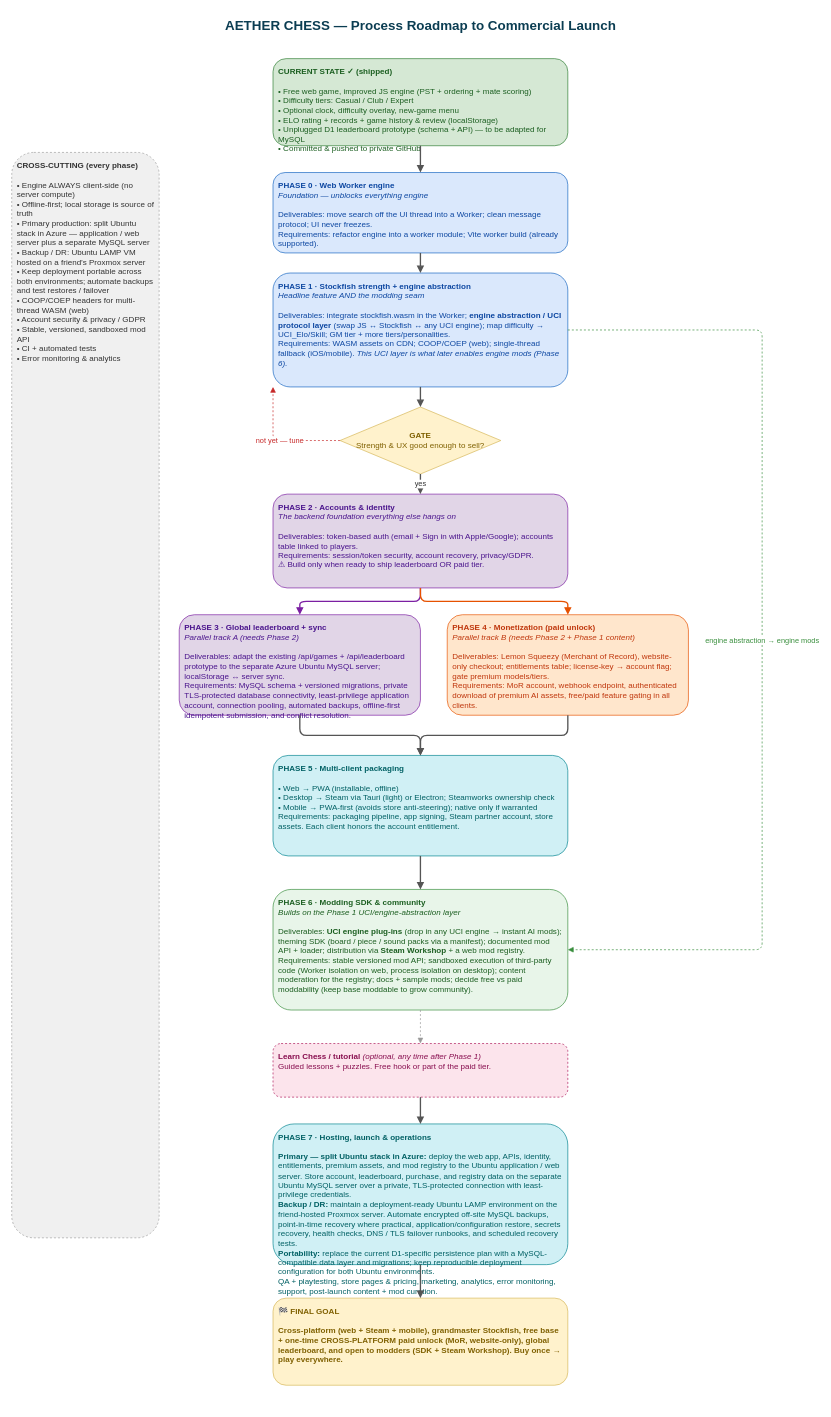
JELollis/Chess keeps this draw.io diagram as docs/roadmap.drawio. Above is the earlier version. Source tidied: cells renumbered, new cells numbered last; positions are measured from the earlier drawing's top-left corner, leaving out a move shared by most shapes. Both pictures are drawn from the tidied source at 67%, with x=0, y=0 at pixel (11, 11).
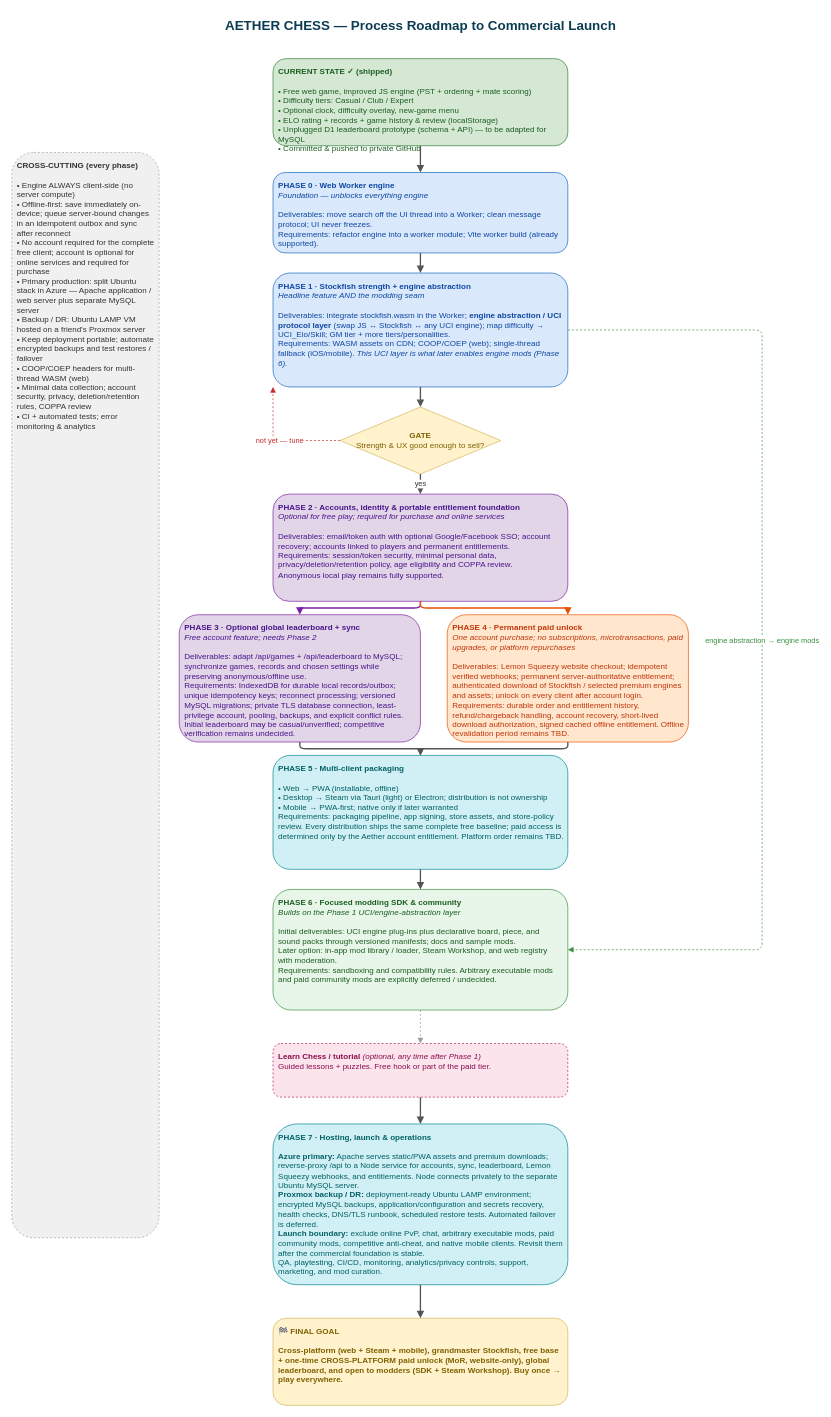
The same page after the edit.

Commit message:
Update roadmap: accounts, sync, monetization

What changed in the source:
```diff
@@
-    <mxCell id="3" value="&lt;b&gt;CROSS-CUTTING (every phase)&lt;/b&gt;&lt;br&gt;&lt;br&gt;• Engine ALWAYS client-side (no server compute)&lt;br&gt;• Offline-first; local storage is source of truth&lt;br&gt;• Primary production: split Ubuntu stack in Azure — application / web server plus a separate MySQL server&lt;br&gt;• Backup / DR: Ubuntu LAMP VM hosted on a friend’s Proxmox server&lt;br&gt;• Keep deployment portable across both environments; automate backups and test restores / failover&lt;br&gt;• COOP/COEP headers for multi-thread WASM (web)&lt;br&gt;• Account security &amp; privacy / GDPR&lt;br&gt;• Stable, versioned, sandboxed mod API&lt;br&gt;• CI + automated tests&lt;br&gt;• Error monitoring &amp; analytics" style="rounded=1;whiteSpace=wrap;html=1;align=left;verticalAlign=top;spacing=8;fillColor=#F0F0F0;strokeColor=#9E9E9E;fontColor=#333333;dashed=1;" parent="1" vertex="1">
+    <mxCell id="3" value="&lt;b&gt;CROSS-CUTTING (every phase)&lt;/b&gt;&lt;br&gt;&lt;br&gt;• Engine ALWAYS client-side (no server compute)&lt;br&gt;• Offline-first: save immediately on-device; queue server-bound changes in an idempotent outbox and sync after reconnect&lt;br&gt;• No account required for the complete free client; account is optional for online services and required for purchase&lt;br&gt;• Primary production: split Ubuntu stack in Azure — Apache application / web server plus separate MySQL server&lt;br&gt;• Backup / DR: Ubuntu LAMP VM hosted on a friend’s Proxmox server&lt;br&gt;• Keep deployment portable; automate encrypted backups and test restores / failover&lt;br&gt;• COOP/COEP headers for multi-thread WASM (web)&lt;br&gt;• Minimal data collection; account security, privacy, deletion/retention rules, COPPA review&lt;br&gt;• CI + automated tests; error monitoring &amp; analytics" style="rounded=1;whiteSpace=wrap;html=1;align=left;verticalAlign=top;spacing=8;fillColor=#F0F0F0;strokeColor=#9E9E9E;fontColor=#333333;dashed=1;" parent="1" vertex="1">
       <mxGeometry y="210" width="220" height="1620" as="geometry" />
     </mxCell>
@@
-    <mxCell id="8" value="&lt;b&gt;PHASE 2 · Accounts &amp; identity&lt;/b&gt;&lt;br&gt;&lt;i&gt;The backend foundation everything else hangs on&lt;/i&gt;&lt;br&gt;&lt;br&gt;Deliverables: token-based auth (email + Sign in with Apple/Google); accounts table linked to players.&lt;br&gt;Requirements: session/token security, account recovery, privacy/GDPR.&lt;br&gt;⚠ Build only when ready to ship leaderboard OR paid tier." style="rounded=1;whiteSpace=wrap;html=1;align=left;verticalAlign=top;spacing=8;fillColor=#E1D5E7;strokeColor=#7B1FA2;fontColor=#4A148C;" parent="1" vertex="1">
-      <mxGeometry x="390" y="720" width="440" height="140" as="geometry" />
+    <mxCell id="8" value="&lt;b&gt;PHASE 2 · Accounts, identity &amp; portable entitlement foundation&lt;/b&gt;&lt;br&gt;&lt;i&gt;Optional for free play; required for purchase and online services&lt;/i&gt;&lt;br&gt;&lt;br&gt;Deliverables: email/token auth with optional Google/Facebook SSO; account recovery; accounts linked to players and permanent entitlements.&lt;br&gt;Requirements: session/token security, minimal personal data, privacy/deletion/retention policy, age eligibility and COPPA review.&lt;br&gt;Anonymous local play remains fully supported." style="rounded=1;whiteSpace=wrap;html=1;align=left;verticalAlign=top;spacing=8;fillColor=#E1D5E7;strokeColor=#7B1FA2;fontColor=#4A148C;" parent="1" vertex="1">
+      <mxGeometry x="390" y="720" width="440" height="160" as="geometry" />
     </mxCell>
-    <mxCell id="9" value="&lt;b&gt;PHASE 3 · Global leaderboard + sync&lt;/b&gt;&lt;br&gt;&lt;i&gt;Parallel track A (needs Phase 2)&lt;/i&gt;&lt;br&gt;&lt;br&gt;Deliverables: adapt the existing /api/games + /api/leaderboard prototype to the separate Azure Ubuntu MySQL server; localStorage ↔ server sync.&lt;br&gt;Requirements: MySQL schema + versioned migrations, private TLS-protected database connectivity, least-privilege application account, connection pooling, automated backups, offline-first idempotent submission, and conflict resolution." style="rounded=1;whiteSpace=wrap;html=1;align=left;verticalAlign=top;spacing=8;fillColor=#E1D5E7;strokeColor=#7B1FA2;fontColor=#4A148C;" parent="1" vertex="1">
-      <mxGeometry x="250" y="900" width="360" height="150" as="geometry" />
+    <mxCell id="9" value="&lt;b&gt;PHASE 3 · Optional global leaderboard + sync&lt;/b&gt;&lt;br&gt;&lt;i&gt;Free account feature; needs Phase 2&lt;/i&gt;&lt;br&gt;&lt;br&gt;Deliverables: adapt /api/games + /api/leaderboard to MySQL; synchronize games, records and chosen settings while preserving anonymous/offline use.&lt;br&gt;Requirements: IndexedDB for durable local records/outbox; unique idempotency keys; reconnect processing; versioned MySQL migrations; private TLS database connection, least-privilege account, pooling, backups, and explicit conflict rules.&lt;br&gt;Initial leaderboard may be casual/unverified; competitive verification remains undecided." style="rounded=1;whiteSpace=wrap;html=1;align=left;verticalAlign=top;spacing=8;fillColor=#E1D5E7;strokeColor=#7B1FA2;fontColor=#4A148C;" parent="1" vertex="1">
+      <mxGeometry x="250" y="900" width="360" height="190" as="geometry" />
     </mxCell>
-    <mxCell id="10" value="&lt;b&gt;PHASE 4 · Monetization (paid unlock)&lt;/b&gt;&lt;br&gt;&lt;i&gt;Parallel track B (needs Phase 2 + Phase 1 content)&lt;/i&gt;&lt;br&gt;&lt;br&gt;Deliverables: Lemon Squeezy (Merchant of Record), website-only checkout; entitlements table; license-key → account flag; gate premium models/tiers.&lt;br&gt;Requirements: MoR account, webhook endpoint, authenticated download of premium AI assets, free/paid feature gating in all clients." style="rounded=1;whiteSpace=wrap;html=1;align=left;verticalAlign=top;spacing=8;fillColor=#FFE6CC;strokeColor=#E65100;fontColor=#BF360C;" parent="1" vertex="1">
-      <mxGeometry x="650" y="900" width="360" height="150" as="geometry" />
+    <mxCell id="10" value="&lt;b&gt;PHASE 4 · Permanent paid unlock&lt;/b&gt;&lt;br&gt;&lt;i&gt;One account purchase; no subscriptions, microtransactions, paid upgrades, or platform repurchases&lt;/i&gt;&lt;br&gt;&lt;br&gt;Deliverables: Lemon Squeezy website checkout; idempotent verified webhooks; permanent server-authoritative entitlement; authenticated download of Stockfish / selected premium engines and assets; unlock on every client after account login.&lt;br&gt;Requirements: durable order and entitlement history, refund/chargeback handling, account recovery, short-lived download authorization, signed cached offline entitlement. Offline revalidation period remains TBD." style="rounded=1;whiteSpace=wrap;html=1;align=left;verticalAlign=top;spacing=8;fillColor=#FFE6CC;strokeColor=#E65100;fontColor=#BF360C;" parent="1" vertex="1">
+      <mxGeometry x="650" y="900" width="360" height="190" as="geometry" />
     </mxCell>
-    <mxCell id="11" value="&lt;b&gt;PHASE 5 · Multi-client packaging&lt;/b&gt;&lt;br&gt;&lt;br&gt;• Web → PWA (installable, offline)&lt;br&gt;• Desktop → Steam via Tauri (light) or Electron; Steamworks ownership check&lt;br&gt;• Mobile → PWA-first (avoids store anti-steering); native only if warranted&lt;br&gt;Requirements: packaging pipeline, app signing, Steam partner account, store assets. Each client honors the account entitlement." style="rounded=1;whiteSpace=wrap;html=1;align=left;verticalAlign=top;spacing=8;fillColor=#D0F0F5;strokeColor=#00838F;fontColor=#006064;" parent="1" vertex="1">
-      <mxGeometry x="390" y="1110" width="440" height="150" as="geometry" />
+    <mxCell id="11" value="&lt;b&gt;PHASE 5 · Multi-client packaging&lt;/b&gt;&lt;br&gt;&lt;br&gt;• Web → PWA (installable, offline)&lt;br&gt;• Desktop → Steam via Tauri (light) or Electron; distribution is not ownership&lt;br&gt;• Mobile → PWA-first; native only if later warranted&lt;br&gt;Requirements: packaging pipeline, app signing, store assets, and store-policy review. Every distribution ships the same complete free baseline; paid access is determined only by the Aether account entitlement. Platform order remains TBD." style="rounded=1;whiteSpace=wrap;html=1;align=left;verticalAlign=top;spacing=8;fillColor=#D0F0F5;strokeColor=#00838F;fontColor=#006064;" parent="1" vertex="1">
+      <mxGeometry x="390" y="1110" width="440" height="170" as="geometry" />
     </mxCell>
-    <mxCell id="12" value="&lt;b&gt;PHASE 6 · Modding SDK &amp; community&lt;/b&gt;&lt;br&gt;&lt;i&gt;Builds on the Phase 1 UCI/engine-abstraction layer&lt;/i&gt;&lt;br&gt;&lt;br&gt;Deliverables: &lt;b&gt;UCI engine plug-ins&lt;/b&gt; (drop in any UCI engine → instant AI mods); theming SDK (board / piece / sound packs via a manifest); documented mod API + loader; distribution via &lt;b&gt;Steam Workshop&lt;/b&gt; + a web mod registry.&lt;br&gt;Requirements: stable versioned mod API; sandboxed execution of third-party code (Worker isolation on web, process isolation on desktop); content moderation for the registry; docs + sample mods; decide free vs paid moddability (keep base moddable to grow community)." style="rounded=1;whiteSpace=wrap;html=1;align=left;verticalAlign=top;spacing=8;fillColor=#E8F5E9;strokeColor=#388E3C;fontColor=#1B5E20;" parent="1" vertex="1">
+    <mxCell id="12" value="&lt;b&gt;PHASE 6 · Focused modding SDK &amp; community&lt;/b&gt;&lt;br&gt;&lt;i&gt;Builds on the Phase 1 UCI/engine-abstraction layer&lt;/i&gt;&lt;br&gt;&lt;br&gt;Initial deliverables: UCI engine plug-ins plus declarative board, piece, and sound packs through versioned manifests; docs and sample mods.&lt;br&gt;Later option: in-app mod library / loader, Steam Workshop, and web registry with moderation.&lt;br&gt;Requirements: sandboxing and compatibility rules. Arbitrary executable mods and paid community mods are explicitly deferred / undecided." style="rounded=1;whiteSpace=wrap;html=1;align=left;verticalAlign=top;spacing=8;fillColor=#E8F5E9;strokeColor=#388E3C;fontColor=#1B5E20;" parent="1" vertex="1">
       <mxGeometry x="390" y="1310" width="440" height="180" as="geometry" />
     </mxCell>
@@
-    <mxCell id="14" value="&lt;b&gt;PHASE 7 · Hosting, launch &amp; operations&lt;/b&gt;&lt;br&gt;&lt;br&gt;&lt;b&gt;Primary — split Ubuntu stack in Azure:&lt;/b&gt; deploy the web app, APIs, identity, entitlements, premium assets, and mod registry to the Ubuntu application / web server. Store account, leaderboard, purchase, and registry data on the separate Ubuntu MySQL server over a private, TLS-protected connection with least-privilege credentials.&lt;br&gt;&lt;b&gt;Backup / DR:&lt;/b&gt; maintain a deployment-ready Ubuntu LAMP environment on the friend-hosted Proxmox server. Automate encrypted off-site MySQL backups, point-in-time recovery where practical, application/configuration restore, secrets recovery, health checks, DNS / TLS failover runbooks, and scheduled recovery tests.&lt;br&gt;&lt;b&gt;Portability:&lt;/b&gt; replace the current D1-specific persistence plan with a MySQL-compatible data layer and migrations; keep reproducible deployment configuration for both Ubuntu environments.&lt;br&gt;QA + playtesting, store pages &amp; pricing, marketing, analytics, error monitoring, support, post-launch content + mod curation." style="rounded=1;whiteSpace=wrap;html=1;align=left;verticalAlign=top;spacing=8;fillColor=#D0F0F5;strokeColor=#00838F;fontColor=#006064;" parent="1" vertex="1">
-      <mxGeometry x="390" y="1660" width="440" height="210" as="geometry" />
+    <mxCell id="14" value="&lt;b&gt;PHASE 7 · Hosting, launch &amp; operations&lt;/b&gt;&lt;br&gt;&lt;br&gt;&lt;b&gt;Azure primary:&lt;/b&gt; Apache serves static/PWA assets and premium downloads; reverse-proxy /api to a Node service for accounts, sync, leaderboard, Lemon Squeezy webhooks, and entitlements. Node connects privately to the separate Ubuntu MySQL server.&lt;br&gt;&lt;b&gt;Proxmox backup / DR:&lt;/b&gt; deployment-ready Ubuntu LAMP environment; encrypted MySQL backups, application/configuration and secrets recovery, health checks, DNS/TLS runbook, scheduled restore tests. Automated failover is deferred.&lt;br&gt;&lt;b&gt;Launch boundary:&lt;/b&gt; exclude online PvP, chat, arbitrary executable mods, paid community mods, competitive anti-cheat, and native mobile clients. Revisit them after the commercial foundation is stable.&lt;br&gt;QA, playtesting, CI/CD, monitoring, analytics/privacy controls, support, marketing, and mod curation." style="rounded=1;whiteSpace=wrap;html=1;align=left;verticalAlign=top;spacing=8;fillColor=#D0F0F5;strokeColor=#00838F;fontColor=#006064;" parent="1" vertex="1">
+      <mxGeometry x="390" y="1660" width="440" height="240" as="geometry" />
     </mxCell>
     <mxCell id="15" value="&lt;b&gt;🏁 FINAL GOAL&lt;/b&gt;&lt;br&gt;&lt;br&gt;Cross-platform (web + Steam + mobile), grandmaster Stockfish, free base + one-time CROSS-PLATFORM paid unlock (MoR, website-only), global leaderboard, and &lt;b&gt;open to modders (SDK + Steam Workshop)&lt;/b&gt;. Buy once → play everywhere." style="rounded=1;whiteSpace=wrap;html=1;align=left;verticalAlign=top;spacing=8;fillColor=#FFF2CC;strokeColor=#D6B656;fontColor=#7F6000;fontStyle=1;" parent="1" vertex="1">
-      <mxGeometry x="390" y="1920" width="440" height="130" as="geometry" />
+      <mxGeometry x="390" y="1950" width="440" height="130" as="geometry" />
     </mxCell>
```
